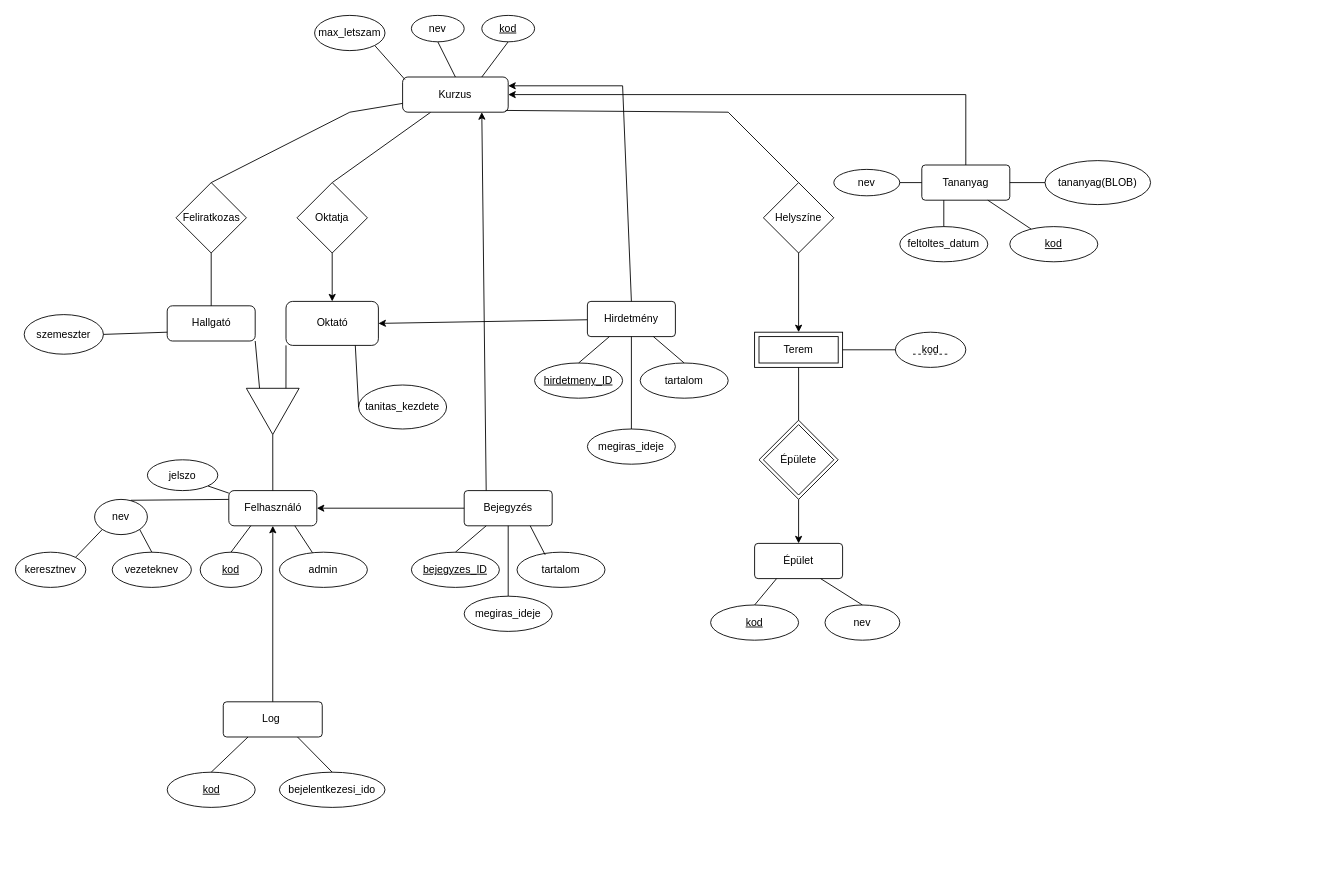
The draw.io diagram docs/ETK/ETK diagram.drawio in HajagosNorbert/SZTE-adatb-alapu-rendszerek, before the edit. Source tidied: cells renumbered, new cells numbered last; positions are measured from the earlier drawing's top-left corner, leaving out a move shared by most shapes. Both pictures are drawn from the tidied source at 88%, with x=0, y=0 at pixel (15, 15).
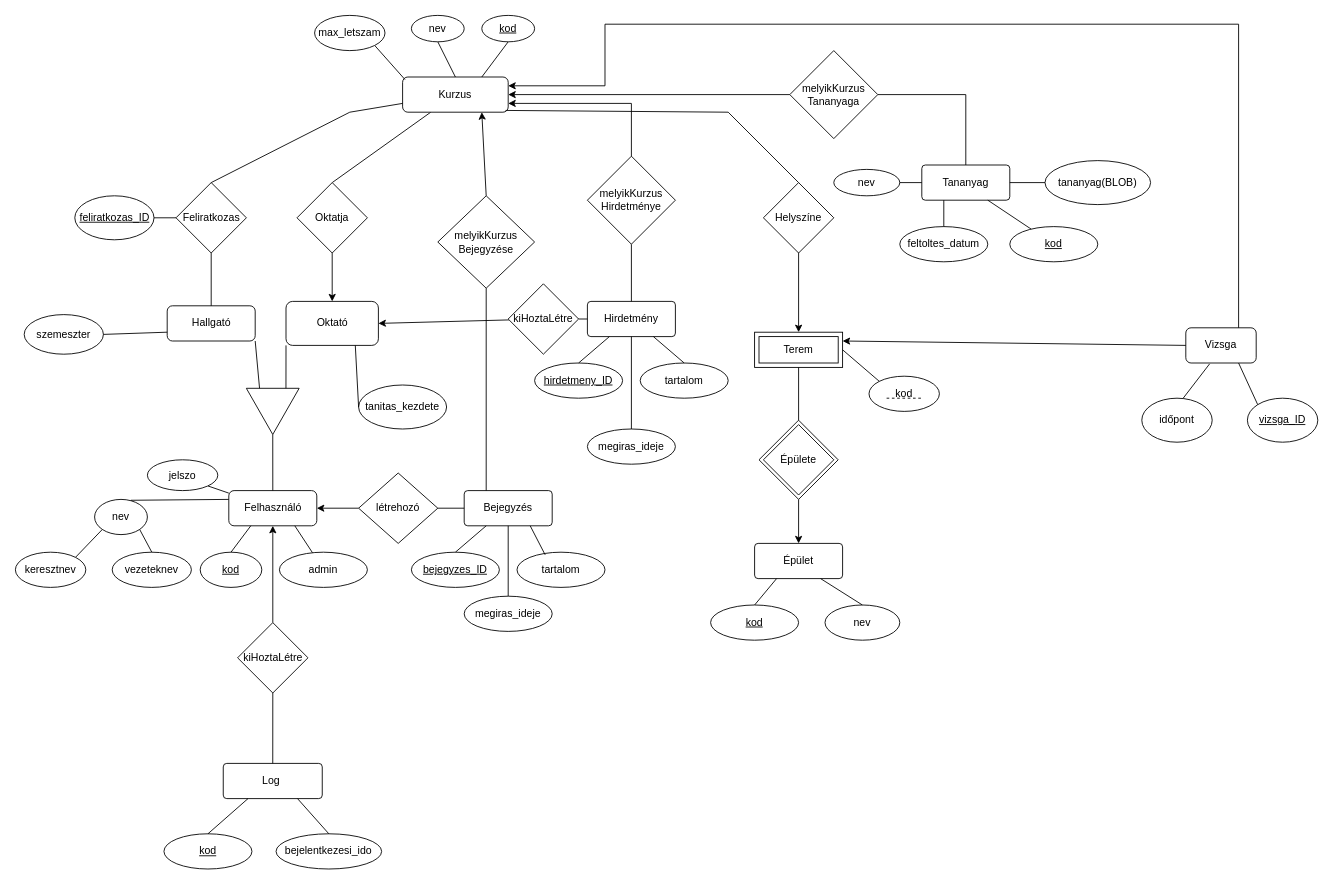
The same diagram, later.

Commit message (it also covers changes not shown here):
ETK diagram fix és SSADM doksi upgrade

The change refers to these unchanged cells:
```xml
<mxCell id="3" value="Kurzus" style="rounded=1;whiteSpace=wrap;html=1;" parent="1" vertex="1">
  <mxGeometry x="440" y="70" width="120" height="40" as="geometry" />
</mxCell>
<mxCell id="11" value="Feliratkozas" style="rhombus;whiteSpace=wrap;html=1;" parent="1" vertex="1">
  <mxGeometry x="182.5" y="190" width="80" height="80" as="geometry" />
</mxCell>
<mxCell id="15" value="Oktató" style="rounded=1;whiteSpace=wrap;html=1;" parent="1" vertex="1">
  <mxGeometry x="307.5" y="325" width="105" height="50" as="geometry" />
</mxCell>
<mxCell id="26" value="Felhasználó" style="rounded=1;whiteSpace=wrap;html=1;" parent="1" vertex="1">
  <mxGeometry x="242.5" y="540" width="100" height="40" as="geometry" />
</mxCell>
<mxCell id="38" value="Terem" style="shape=ext;margin=3;double=1;whiteSpace=wrap;html=1;align=center;" parent="1" vertex="1">
  <mxGeometry x="840" y="360" width="100" height="40" as="geometry" />
</mxCell>
<mxCell id="61" value="Bejegyzés" style="rounded=1;arcSize=10;whiteSpace=wrap;html=1;align=center;" parent="1" vertex="1">
  <mxGeometry x="510" y="540" width="100" height="40" as="geometry" />
</mxCell>
<mxCell id="68" value="Hirdetmény" style="rounded=1;arcSize=10;whiteSpace=wrap;html=1;align=center;" parent="1" vertex="1">
  <mxGeometry x="650" y="325" width="100" height="40" as="geometry" />
</mxCell>
```

The edit, as a diff of the source:
```diff
@@
     <mxCell id="39" value="kod" style="ellipse;whiteSpace=wrap;html=1;" parent="1" vertex="1">
-      <mxGeometry x="1000" y="360" width="80" height="40" as="geometry" />
+      <mxGeometry x="970" y="410" width="80" height="40" as="geometry" />
     </mxCell>
     <mxCell id="40" style="endArrow=none;dashed=1;html=1;rounded=0;" parent="1" edge="1">
       <mxGeometry relative="1" as="geometry">
-        <mxPoint x="1020" y="385" as="sourcePoint" />
-        <mxPoint x="1060" y="385" as="targetPoint" />
+        <mxPoint x="990" y="435" as="sourcePoint" />
+        <mxPoint x="1030" y="435" as="targetPoint" />
       </mxGeometry>
     </mxCell>
-    <mxCell id="41" style="endArrow=none;html=1;rounded=0;entryX=1;entryY=0.5;entryDx=0;entryDy=0;exitX=0;exitY=0.5;exitDx=0;exitDy=0;" parent="1" edge="1" source="39" target="38">
+    <mxCell id="41" style="endArrow=none;html=1;rounded=0;entryX=1;entryY=0.5;entryDx=0;entryDy=0;exitX=0;exitY=0;exitDx=0;exitDy=0;" parent="1" edge="1" source="39" target="38">
       <mxGeometry relative="1" as="geometry" />
     </mxCell>
@@
     <mxCell id="54" value="Log&amp;nbsp;" style="rounded=1;arcSize=10;whiteSpace=wrap;html=1;align=center;fillColor=default;" parent="1" vertex="1">
-      <mxGeometry x="236.2" y="780" width="112.5" height="40" as="geometry" />
+      <mxGeometry x="236.2" y="850" width="112.5" height="40" as="geometry" />
     </mxCell>
     <mxCell id="55" value="&lt;u&gt;kod&lt;/u&gt;" style="ellipse;whiteSpace=wrap;html=1;align=center;fillColor=default;" parent="1" vertex="1">
-      <mxGeometry x="172.5" y="860" width="100" height="40" as="geometry" />
+      <mxGeometry x="168.8" y="930" width="100" height="40" as="geometry" />
     </mxCell>
     <mxCell id="56" value="bejelentkezesi_ido" style="ellipse;whiteSpace=wrap;html=1;align=center;fillColor=default;" parent="1" vertex="1">
-      <mxGeometry x="300" y="860" width="120" height="40" as="geometry" />
+      <mxGeometry x="296.2" y="930" width="120" height="40" as="geometry" />
     </mxCell>
@@
-    <mxCell id="62" style="endArrow=classic;html=1;rounded=0;exitX=0;exitY=0.5;exitDx=0;exitDy=0;entryX=1;entryY=0.5;entryDx=0;entryDy=0;" parent="1" edge="1" source="61" target="26">
+    <mxCell id="62" style="endArrow=classic;html=1;rounded=0;exitX=0;exitY=0.5;exitDx=0;exitDy=0;entryX=1;entryY=0.5;entryDx=0;entryDy=0;startArrow=none;" parent="1" edge="1" source="103" target="26">
       <mxGeometry relative="1" as="geometry" />
     </mxCell>
@@
-    <mxCell id="67" style="edgeStyle=none;html=1;entryX=1;entryY=0.5;entryDx=0;entryDy=0;startArrow=none;startFill=0;endArrow=classic;endFill=1;targetPerimeterSpacing=0;strokeWidth=1;" parent="1" edge="1" source="68" target="15">
+    <mxCell id="67" style="edgeStyle=none;html=1;entryX=1;entryY=0.5;entryDx=0;entryDy=0;startArrow=none;startFill=0;endArrow=classic;endFill=1;targetPerimeterSpacing=0;strokeWidth=1;" parent="1" edge="1" source="99" target="15">
       <mxGeometry relative="1" as="geometry" />
     </mxCell>
@@
-    <mxCell id="69" style="endArrow=none;html=1;rounded=0;exitX=0.5;exitY=0;exitDx=0;exitDy=0;" parent="1" edge="1" source="68">
-      <mxGeometry relative="1" as="geometry">
-        <mxPoint x="690" y="80" as="targetPoint" />
-      </mxGeometry>
+    <mxCell id="69" style="endArrow=none;html=1;rounded=0;exitX=0.5;exitY=0;exitDx=0;exitDy=0;" parent="1" edge="1" source="68" target="97">
+      <mxGeometry relative="1" as="geometry" />
     </mxCell>
-    <mxCell id="70" style="endArrow=classic;html=1;rounded=0;exitX=0.25;exitY=0;exitDx=0;exitDy=0;entryX=0.75;entryY=1;entryDx=0;entryDy=0;" parent="1" edge="1" source="61" target="3">
+    <mxCell id="70" style="endArrow=classic;html=1;rounded=0;exitX=0.5;exitY=0;exitDx=0;exitDy=0;startArrow=none;entryX=0.75;entryY=1;entryDx=0;entryDy=0;" parent="1" edge="1" source="101" target="3">
       <mxGeometry relative="1" as="geometry" />
     </mxCell>
-    <mxCell id="71" style="endArrow=classic;html=1;rounded=0;entryX=1;entryY=0.25;entryDx=0;entryDy=0;" parent="1" edge="1" target="3">
+    <mxCell id="71" style="endArrow=classic;html=1;rounded=0;entryX=1;entryY=0.75;entryDx=0;entryDy=0;" parent="1" edge="1" target="3">
       <mxGeometry relative="1" as="geometry">
-        <mxPoint x="690" y="80" as="sourcePoint" />
+        <mxPoint x="700" y="100" as="sourcePoint" />
       </mxGeometry>
     </mxCell>
@@
-    <mxCell id="76" style="endArrow=classic;html=1;rounded=0;entryX=1;entryY=0.5;entryDx=0;entryDy=0;" parent="1" edge="1" target="3">
-      <mxGeometry relative="1" as="geometry">
-        <mxPoint x="1080" y="90" as="sourcePoint" />
-      </mxGeometry>
+    <mxCell id="76" style="endArrow=classic;html=1;rounded=0;entryX=1;entryY=0.5;entryDx=0;entryDy=0;startArrow=none;" parent="1" edge="1" source="105" target="3">
+      <mxGeometry relative="1" as="geometry" />
     </mxCell>
@@
-    <mxCell id="84" style="endArrow=classic;html=1;rounded=0;exitX=0.5;exitY=0;exitDx=0;exitDy=0;entryX=0.5;entryY=1;entryDx=0;entryDy=0;" parent="1" edge="1" source="54" target="26">
+    <mxCell id="84" style="endArrow=classic;html=1;rounded=0;exitX=0.5;exitY=0;exitDx=0;exitDy=0;entryX=0.5;entryY=1;entryDx=0;entryDy=0;startArrow=none;" parent="1" edge="1" source="107" target="26">
       <mxGeometry relative="1" as="geometry" />
     </mxCell>
@@
+    <mxCell id="94" value="Vizsga" style="rounded=1;whiteSpace=wrap;html=1;" parent="1" vertex="1">
+      <mxGeometry x="1330" y="355" width="80" height="40" as="geometry" />
+    </mxCell>
+    <mxCell id="95" value="feliratkozas_ID" style="ellipse;whiteSpace=wrap;html=1;fontStyle=4;" parent="1" vertex="1">
+      <mxGeometry x="67.5" y="205" width="90" height="50" as="geometry" />
+    </mxCell>
+    <mxCell id="96" style="endArrow=none;html=1;rounded=0;entryX=0;entryY=0.5;entryDx=0;entryDy=0;exitX=1;exitY=0.5;exitDx=0;exitDy=0;" parent="1" edge="1" source="95" target="11">
+      <mxGeometry relative="1" as="geometry" />
+    </mxCell>
+    <mxCell id="97" value="melyikKurzus&lt;br&gt;Hirdetménye" style="rhombus;whiteSpace=wrap;html=1;" parent="1" vertex="1">
+      <mxGeometry x="650" y="160" width="100" height="100" as="geometry" />
+    </mxCell>
+    <mxCell id="98" style="endArrow=none;html=1;rounded=0;entryX=0.5;entryY=0;entryDx=0;entryDy=0;" parent="1" edge="1" target="97">
+      <mxGeometry relative="1" as="geometry">
+        <mxPoint x="700" y="100" as="sourcePoint" />
+      </mxGeometry>
+    </mxCell>
+    <mxCell id="99" value="kiHoztaLétre" style="rhombus;whiteSpace=wrap;html=1;" parent="1" vertex="1">
+      <mxGeometry x="560" y="305" width="80" height="80" as="geometry" />
+    </mxCell>
+    <mxCell id="100" style="edgeStyle=none;html=1;entryX=1;entryY=0.5;entryDx=0;entryDy=0;startArrow=none;startFill=0;endArrow=none;endFill=1;strokeWidth=1;" parent="1" edge="1" source="68" target="99">
+      <mxGeometry relative="1" as="geometry" />
+    </mxCell>
+    <mxCell id="101" value="melyikKurzus&lt;br&gt;Bejegyzése" style="rhombus;whiteSpace=wrap;html=1;" parent="1" vertex="1">
+      <mxGeometry x="480" y="205" width="110" height="105" as="geometry" />
+    </mxCell>
+    <mxCell id="102" style="endArrow=none;html=1;rounded=0;exitX=0.25;exitY=0;exitDx=0;exitDy=0;entryX=0.5;entryY=1;entryDx=0;entryDy=0;" parent="1" edge="1" source="61" target="101">
+      <mxGeometry relative="1" as="geometry" />
+    </mxCell>
+    <mxCell id="103" value="létrehozó" style="rhombus;whiteSpace=wrap;html=1;" parent="1" vertex="1">
+      <mxGeometry x="390" y="520" width="90" height="80" as="geometry" />
+    </mxCell>
+    <mxCell id="104" style="endArrow=none;html=1;rounded=0;exitX=0;exitY=0.5;exitDx=0;exitDy=0;entryX=1;entryY=0.5;entryDx=0;entryDy=0;" parent="1" edge="1" source="61" target="103">
+      <mxGeometry relative="1" as="geometry" />
+    </mxCell>
+    <mxCell id="105" value="melyikKurzus&lt;br&gt;Tananyaga" style="rhombus;whiteSpace=wrap;html=1;" parent="1" vertex="1">
+      <mxGeometry x="880" y="40" width="100" height="100" as="geometry" />
+    </mxCell>
+    <mxCell id="106" style="endArrow=none;html=1;rounded=0;entryX=1;entryY=0.5;entryDx=0;entryDy=0;" parent="1" edge="1" target="105">
+      <mxGeometry relative="1" as="geometry">
+        <mxPoint x="1080" y="90" as="sourcePoint" />
+      </mxGeometry>
+    </mxCell>
+    <mxCell id="107" value="kiHoztaLétre" style="rhombus;whiteSpace=wrap;html=1;" parent="1" vertex="1">
+      <mxGeometry x="252.5" y="690" width="80" height="80" as="geometry" />
+    </mxCell>
+    <mxCell id="108" style="endArrow=none;html=1;rounded=0;exitX=0.5;exitY=0;exitDx=0;exitDy=0;entryX=0.5;entryY=1;entryDx=0;entryDy=0;" parent="1" edge="1" source="54" target="107">
+      <mxGeometry relative="1" as="geometry" />
+    </mxCell>
+    <mxCell id="109" style="endArrow=none;html=1;rounded=0;entryX=0.75;entryY=0;entryDx=0;entryDy=0;" parent="1" edge="1" target="94">
+      <mxGeometry relative="1" as="geometry">
+        <mxPoint x="1390" y="10" as="sourcePoint" />
+      </mxGeometry>
+    </mxCell>
+    <mxCell id="110" style="endArrow=none;html=1;rounded=0;" parent="1" edge="1">
+      <mxGeometry relative="1" as="geometry">
+        <mxPoint x="670" y="10" as="sourcePoint" />
+        <mxPoint x="1390" y="10" as="targetPoint" />
+      </mxGeometry>
+    </mxCell>
+    <mxCell id="111" style="endArrow=none;html=1;rounded=0;" parent="1" edge="1">
+      <mxGeometry relative="1" as="geometry">
+        <mxPoint x="670" y="80" as="sourcePoint" />
+        <mxPoint x="670" y="10" as="targetPoint" />
+      </mxGeometry>
+    </mxCell>
+    <mxCell id="112" style="endArrow=classic;html=1;rounded=0;entryX=1;entryY=0.25;entryDx=0;entryDy=0;" parent="1" edge="1" target="3">
+      <mxGeometry relative="1" as="geometry">
+        <mxPoint x="670" y="80" as="sourcePoint" />
+      </mxGeometry>
+    </mxCell>
+    <mxCell id="113" value="vizsga_ID" style="ellipse;whiteSpace=wrap;html=1;fontStyle=4;" parent="1" vertex="1">
+      <mxGeometry x="1400" y="435" width="80" height="50" as="geometry" />
+    </mxCell>
+    <mxCell id="114" value="időpont" style="ellipse;whiteSpace=wrap;html=1;" parent="1" vertex="1">
+      <mxGeometry x="1280" y="435" width="80" height="50" as="geometry" />
+    </mxCell>
+    <mxCell id="115" style="endArrow=none;html=1;rounded=0;entryX=0.338;entryY=1.025;entryDx=0;entryDy=0;entryPerimeter=0;exitX=0.588;exitY=0;exitDx=0;exitDy=0;exitPerimeter=0;" parent="1" edge="1" source="114" target="94">
+      <mxGeometry relative="1" as="geometry" />
+    </mxCell>
+    <mxCell id="116" style="endArrow=none;html=1;rounded=0;entryX=0;entryY=0;entryDx=0;entryDy=0;exitX=0.75;exitY=1;exitDx=0;exitDy=0;" parent="1" edge="1" source="94" target="113">
+      <mxGeometry relative="1" as="geometry" />
+    </mxCell>
+    <mxCell id="117" style="endArrow=classic;html=1;rounded=0;exitX=0;exitY=0.5;exitDx=0;exitDy=0;entryX=1;entryY=0.25;entryDx=0;entryDy=0;" parent="1" edge="1" source="94" target="38">
+      <mxGeometry relative="1" as="geometry" />
+    </mxCell>
```
